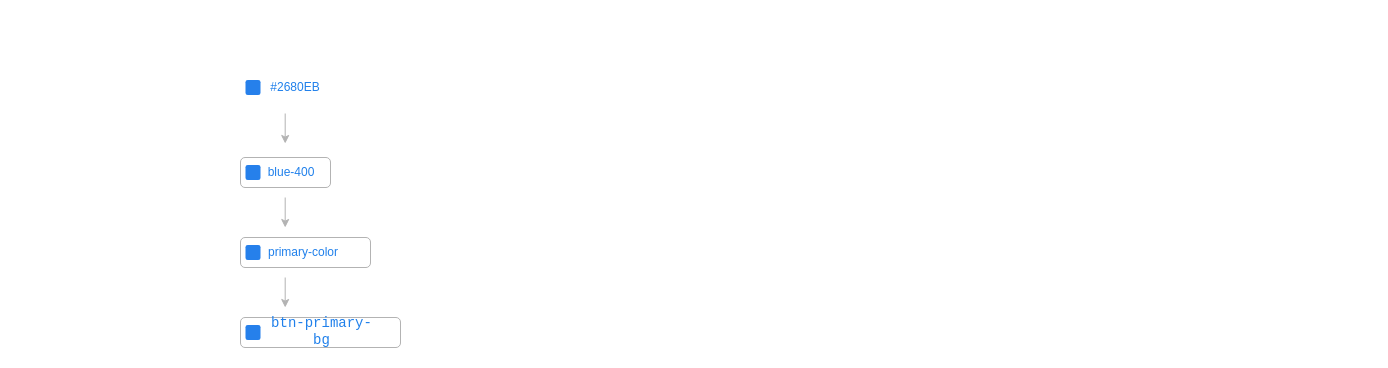
Earlier version of the draw.io diagram Untitled Diagram.drawio (Eviwang/Blog). Source tidied: cells renumbered, new cells numbered last; positions are measured from the earlier drawing's top-left corner, leaving out a move shared by most shapes. Both pictures are drawn from the tidied source at 100%, with x=0, y=0 at pixel (240, 77).
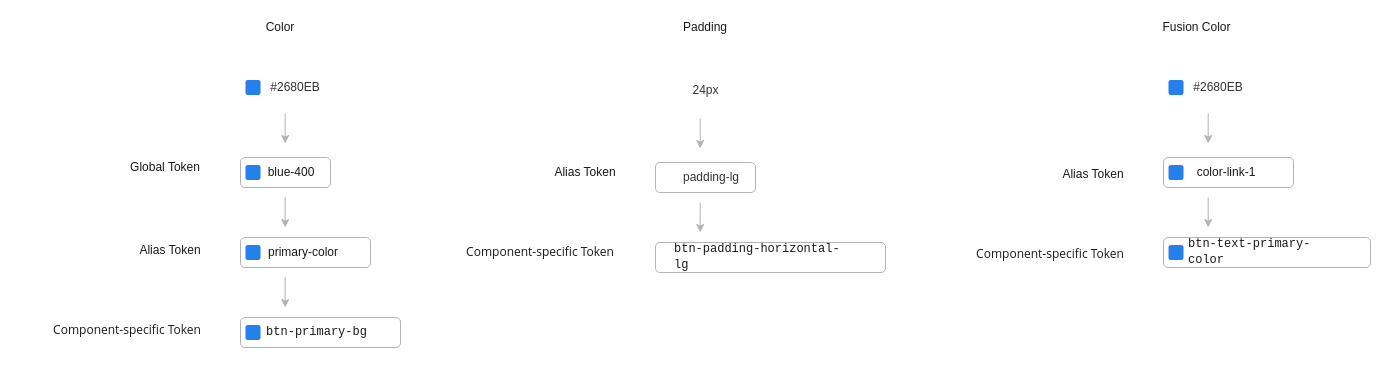
After the change.

The edit, as a diff of the source:
```diff
@@
-    <mxCell id="4" value="#2680EB" style="text;html=1;align=center;verticalAlign=middle;whiteSpace=wrap;rounded=0;fontColor=#2080EB;" parent="1" vertex="1">
+    <mxCell id="4" value="#2680EB" style="text;html=1;align=center;verticalAlign=middle;whiteSpace=wrap;rounded=0;fontColor=#333333;" parent="1" vertex="1">
       <mxGeometry x="35" width="40" height="20" as="geometry" />
     </mxCell>
@@
-    <mxCell id="6" value="blue-400" style="text;html=1;align=center;verticalAlign=middle;whiteSpace=wrap;rounded=0;fontColor=#2080EB;" parent="1" vertex="1">
+    <mxCell id="6" value="&lt;font&gt;blue-400&lt;/font&gt;" style="text;html=1;align=center;verticalAlign=middle;whiteSpace=wrap;rounded=0;fontColor=#1A1A1A;" parent="1" vertex="1">
       <mxGeometry x="20" y="87.5" width="62" height="15" as="geometry" />
     </mxCell>
@@
-    <mxCell id="10" value="primary-color" style="text;html=1;align=center;verticalAlign=middle;whiteSpace=wrap;rounded=0;fontColor=#2080EB;" parent="1" vertex="1">
+    <mxCell id="10" value="primary-color" style="text;html=1;align=center;verticalAlign=middle;whiteSpace=wrap;rounded=0;fontColor=#1A1A1A;" parent="1" vertex="1">
       <mxGeometry x="23" y="168.5" width="80" height="12.5" as="geometry" />
     </mxCell>
@@
-    <mxCell id="14" value="&lt;span style=&quot;font-family: &amp;#34;consolas&amp;#34; , &amp;#34;courier new&amp;#34; , monospace ; font-size: 14px ; text-align: left&quot;&gt;btn-primary-bg&lt;/span&gt;" style="text;html=1;align=center;verticalAlign=middle;whiteSpace=wrap;rounded=0;fontColor=#2080EB;" parent="1" vertex="1">
-      <mxGeometry x="23" y="248.5" width="117" height="11.5" as="geometry" />
+    <mxCell id="14" value="&lt;p&gt;&lt;span style=&quot;font-family: &amp;#34;consolas&amp;#34; , &amp;#34;courier new&amp;#34; , monospace ; text-align: left&quot;&gt;&lt;font style=&quot;font-size: 12px&quot;&gt;btn-primary-bg&lt;/font&gt;&lt;/span&gt;&lt;/p&gt;" style="text;html=1;align=center;verticalAlign=middle;whiteSpace=wrap;rounded=0;fontColor=#1A1A1A;" parent="1" vertex="1">
+      <mxGeometry x="18" y="248.5" width="117" height="11.5" as="geometry" />
     </mxCell>
@@
+    <mxCell id="16" value="Global Token" style="text;html=1;strokeColor=none;fillColor=none;align=center;verticalAlign=middle;whiteSpace=wrap;rounded=0;labelBackgroundColor=none;fontColor=#1A1A1A;" parent="1" vertex="1">
+      <mxGeometry x="-120" y="77.5" width="90" height="25" as="geometry" />
+    </mxCell>
+    <mxCell id="17" value="Alias Token" style="text;html=1;strokeColor=none;fillColor=none;align=center;verticalAlign=middle;whiteSpace=wrap;rounded=0;labelBackgroundColor=none;fontColor=#1A1A1A;" parent="1" vertex="1">
+      <mxGeometry x="-115" y="160" width="90" height="25" as="geometry" />
+    </mxCell>
+    <mxCell id="18" value="&lt;p&gt;&lt;span style=&quot;font-family: &amp;quot;open sans&amp;quot; , &amp;quot;clear sans&amp;quot; , &amp;quot;helvetica neue&amp;quot; , &amp;quot;helvetica&amp;quot; , &amp;quot;arial&amp;quot; , sans-serif ; text-align: left ; background-color: rgb(255 , 255 , 255)&quot;&gt;&lt;font style=&quot;font-size: 12px&quot;&gt;Component-specific Token&lt;/font&gt;&lt;/span&gt;&lt;/p&gt;" style="text;html=1;strokeColor=none;fillColor=none;align=center;verticalAlign=middle;whiteSpace=wrap;rounded=0;labelBackgroundColor=none;fontColor=#1A1A1A;" parent="1" vertex="1">
+      <mxGeometry x="-223" y="240" width="220" height="25" as="geometry" />
+    </mxCell>
+    <mxCell id="19" style="rounded=1;whiteSpace=wrap;html=1;fillColor=none;strokeColor=#B3B3B3;" parent="1" vertex="1">
+      <mxGeometry x="415" y="85" width="100" height="30" as="geometry" />
+    </mxCell>
+    <mxCell id="20" style="edgeStyle=orthogonalEdgeStyle;rounded=0;orthogonalLoop=1;jettySize=auto;html=1;fontColor=#2080EB;strokeColor=#B3B3B3;" parent="1" edge="1">
+      <mxGeometry relative="1" as="geometry">
+        <mxPoint x="459.7" y="41" as="sourcePoint" />
+        <mxPoint x="459.7" y="71" as="targetPoint" />
+      </mxGeometry>
+    </mxCell>
+    <mxCell id="21" value="24px" style="text;html=1;align=center;verticalAlign=middle;whiteSpace=wrap;rounded=0;fontColor=#333333;" parent="1" vertex="1">
+      <mxGeometry x="418" y="2.5" width="95" height="20" as="geometry" />
+    </mxCell>
+    <mxCell id="22" value="&lt;span style=&quot;color: rgb(51 , 51 , 51)&quot;&gt;padding-lg&lt;/span&gt;" style="text;html=1;align=center;verticalAlign=middle;whiteSpace=wrap;rounded=0;fontColor=#1A1A1A;" parent="1" vertex="1">
+      <mxGeometry x="440" y="92.5" width="62" height="15" as="geometry" />
+    </mxCell>
+    <mxCell id="23" style="edgeStyle=orthogonalEdgeStyle;rounded=0;orthogonalLoop=1;jettySize=auto;html=1;fontColor=#2080EB;strokeColor=#B3B3B3;" parent="1" edge="1">
+      <mxGeometry relative="1" as="geometry">
+        <mxPoint x="459.7" y="125" as="sourcePoint" />
+        <mxPoint x="459.7" y="155" as="targetPoint" />
+      </mxGeometry>
+    </mxCell>
+    <mxCell id="24" style="rounded=1;whiteSpace=wrap;html=1;fillColor=none;strokeColor=#B3B3B3;" parent="1" vertex="1">
+      <mxGeometry x="415" y="165" width="230" height="30" as="geometry" />
+    </mxCell>
+    <mxCell id="25" value="&lt;p style=&quot;text-align: left&quot;&gt;&lt;font face=&quot;consolas, courier new, monospace&quot;&gt;btn-padding-horizontal-lg&lt;/font&gt;&lt;br&gt;&lt;/p&gt;" style="text;html=1;align=center;verticalAlign=middle;whiteSpace=wrap;rounded=0;fontColor=#1A1A1A;" parent="1" vertex="1">
+      <mxGeometry x="433" y="173.5" width="182" height="11.5" as="geometry" />
+    </mxCell>
+    <mxCell id="26" value="Alias Token" style="text;html=1;strokeColor=none;fillColor=none;align=center;verticalAlign=middle;whiteSpace=wrap;rounded=0;labelBackgroundColor=none;fontColor=#1A1A1A;" parent="1" vertex="1">
+      <mxGeometry x="300" y="82.5" width="90" height="25" as="geometry" />
+    </mxCell>
+    <mxCell id="27" value="&lt;p&gt;&lt;span style=&quot;font-family: &amp;quot;open sans&amp;quot; , &amp;quot;clear sans&amp;quot; , &amp;quot;helvetica neue&amp;quot; , &amp;quot;helvetica&amp;quot; , &amp;quot;arial&amp;quot; , sans-serif ; text-align: left ; background-color: rgb(255 , 255 , 255)&quot;&gt;&lt;font style=&quot;font-size: 12px&quot;&gt;Component-specific Token&lt;/font&gt;&lt;/span&gt;&lt;/p&gt;" style="text;html=1;strokeColor=none;fillColor=none;align=center;verticalAlign=middle;whiteSpace=wrap;rounded=0;labelBackgroundColor=none;fontColor=#1A1A1A;" parent="1" vertex="1">
+      <mxGeometry x="190" y="162" width="220" height="25" as="geometry" />
+    </mxCell>
+    <mxCell id="28" value="Color" style="text;html=1;strokeColor=none;fillColor=none;align=center;verticalAlign=middle;whiteSpace=wrap;rounded=0;labelBackgroundColor=none;fontColor=#1A1A1A;" parent="1" vertex="1">
+      <mxGeometry x="20" y="-60" width="40" height="20" as="geometry" />
+    </mxCell>
+    <mxCell id="29" value="Padding" style="text;html=1;strokeColor=none;fillColor=none;align=center;verticalAlign=middle;whiteSpace=wrap;rounded=0;labelBackgroundColor=none;fontColor=#1A1A1A;" parent="1" vertex="1">
+      <mxGeometry x="445" y="-60" width="40" height="20" as="geometry" />
+    </mxCell>
+    <mxCell id="30" style="edgeStyle=orthogonalEdgeStyle;rounded=0;orthogonalLoop=1;jettySize=auto;html=1;fontColor=#2080EB;strokeColor=#B3B3B3;" parent="1" edge="1">
+      <mxGeometry relative="1" as="geometry">
+        <mxPoint x="967.7" y="36" as="sourcePoint" />
+        <mxPoint x="967.7" y="66" as="targetPoint" />
+      </mxGeometry>
+    </mxCell>
+    <mxCell id="31" value="#2680EB" style="text;html=1;align=center;verticalAlign=middle;whiteSpace=wrap;rounded=0;fontColor=#333333;" parent="1" vertex="1">
+      <mxGeometry x="958" width="40" height="20" as="geometry" />
+    </mxCell>
+    <mxCell id="32" style="rounded=1;whiteSpace=wrap;html=1;fillColor=#2680EB;strokeColor=none;" parent="1" vertex="1">
+      <mxGeometry x="928" y="2.5" width="15" height="15" as="geometry" />
+    </mxCell>
+    <mxCell id="33" style="rounded=1;whiteSpace=wrap;html=1;fillColor=none;strokeColor=#B3B3B3;" parent="1" vertex="1">
+      <mxGeometry x="923" y="80" width="130" height="30" as="geometry" />
+    </mxCell>
+    <mxCell id="34" style="rounded=1;whiteSpace=wrap;html=1;fillColor=#2680EB;strokeColor=none;" parent="1" vertex="1">
+      <mxGeometry x="928" y="87.5" width="15" height="15" as="geometry" />
+    </mxCell>
+    <mxCell id="35" value="color-link-1" style="text;html=1;align=center;verticalAlign=middle;whiteSpace=wrap;rounded=0;fontColor=#1A1A1A;" parent="1" vertex="1">
+      <mxGeometry x="946" y="88.5" width="80" height="12.5" as="geometry" />
+    </mxCell>
+    <mxCell id="36" style="rounded=1;whiteSpace=wrap;html=1;fillColor=none;strokeColor=#B3B3B3;" parent="1" vertex="1">
+      <mxGeometry x="923" y="160" width="207" height="30" as="geometry" />
+    </mxCell>
+    <mxCell id="37" style="rounded=1;whiteSpace=wrap;html=1;fillColor=#2680EB;strokeColor=none;" parent="1" vertex="1">
+      <mxGeometry x="928" y="167.5" width="15" height="15" as="geometry" />
+    </mxCell>
+    <mxCell id="38" value="&lt;p style=&quot;text-align: left&quot;&gt;&lt;font face=&quot;consolas, courier new, monospace&quot;&gt;btn-text-primary-color&lt;/font&gt;&lt;br&gt;&lt;/p&gt;" style="text;html=1;align=center;verticalAlign=middle;whiteSpace=wrap;rounded=0;fontColor=#1A1A1A;" parent="1" vertex="1">
+      <mxGeometry x="947" y="168.5" width="159" height="11.5" as="geometry" />
+    </mxCell>
+    <mxCell id="39" style="edgeStyle=orthogonalEdgeStyle;rounded=0;orthogonalLoop=1;jettySize=auto;html=1;fontColor=#2080EB;strokeColor=#B3B3B3;" parent="1" edge="1">
+      <mxGeometry relative="1" as="geometry">
+        <mxPoint x="967.7" y="120" as="sourcePoint" />
+        <mxPoint x="967.7" y="150" as="targetPoint" />
+      </mxGeometry>
+    </mxCell>
+    <mxCell id="40" value="Alias Token" style="text;html=1;strokeColor=none;fillColor=none;align=center;verticalAlign=middle;whiteSpace=wrap;rounded=0;labelBackgroundColor=none;fontColor=#1A1A1A;" parent="1" vertex="1">
+      <mxGeometry x="808" y="84" width="90" height="25" as="geometry" />
+    </mxCell>
+    <mxCell id="41" value="&lt;p&gt;&lt;span style=&quot;font-family: &amp;quot;open sans&amp;quot; , &amp;quot;clear sans&amp;quot; , &amp;quot;helvetica neue&amp;quot; , &amp;quot;helvetica&amp;quot; , &amp;quot;arial&amp;quot; , sans-serif ; text-align: left ; background-color: rgb(255 , 255 , 255)&quot;&gt;&lt;font style=&quot;font-size: 12px&quot;&gt;Component-specific Token&lt;/font&gt;&lt;/span&gt;&lt;/p&gt;" style="text;html=1;strokeColor=none;fillColor=none;align=center;verticalAlign=middle;whiteSpace=wrap;rounded=0;labelBackgroundColor=none;fontColor=#1A1A1A;" parent="1" vertex="1">
+      <mxGeometry x="700" y="164" width="220" height="25" as="geometry" />
+    </mxCell>
+    <mxCell id="42" value="Fusion Color" style="text;html=1;strokeColor=none;fillColor=none;align=center;verticalAlign=middle;whiteSpace=wrap;rounded=0;labelBackgroundColor=none;fontColor=#1A1A1A;" parent="1" vertex="1">
+      <mxGeometry x="900" y="-60" width="113" height="20" as="geometry" />
+    </mxCell>
```
